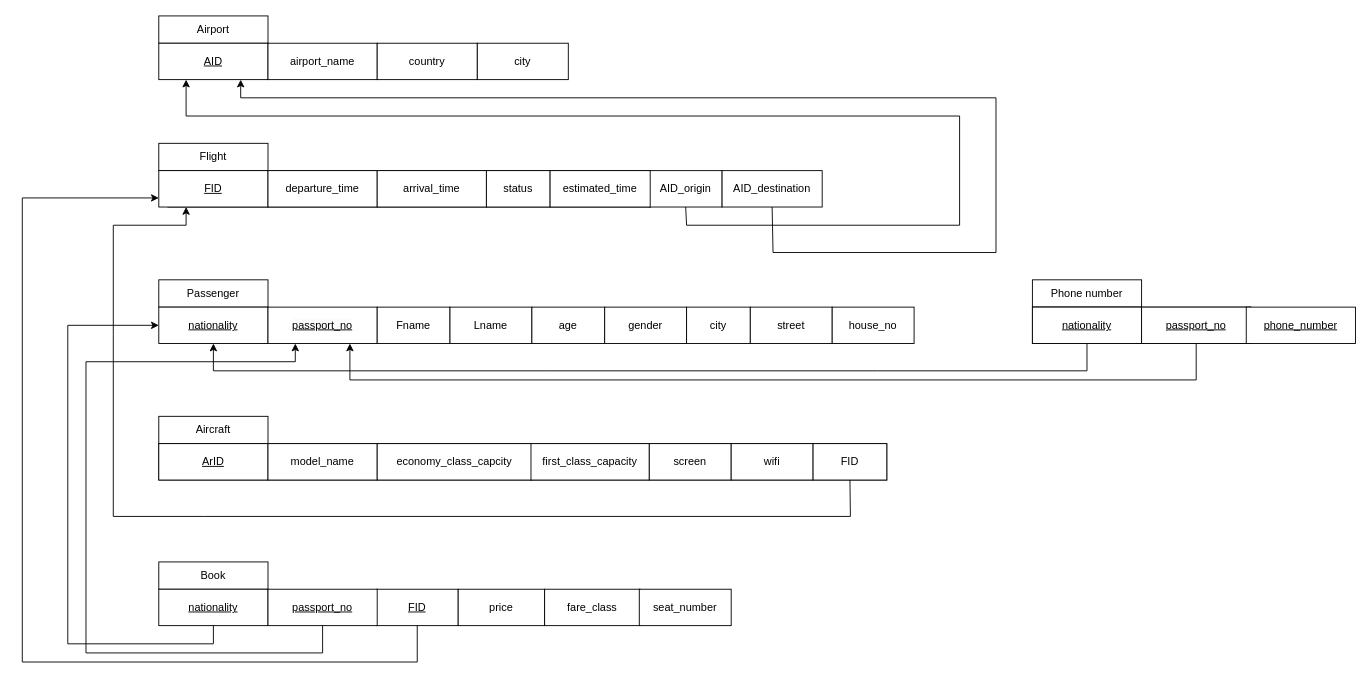
Earlier version of the draw.io diagram page "Relational-shcema" (2 of 8) of Airport-DBMS.drawio (AbdullahKhkmba/Airport-DBMS). Source tidied: cells renumbered, new cells numbered last; positions are measured from the earlier drawing's top-left corner, leaving out a move shared by most shapes. Both pictures are drawn from the tidied source at 91%, with x=0, y=0 at pixel (22, 15).
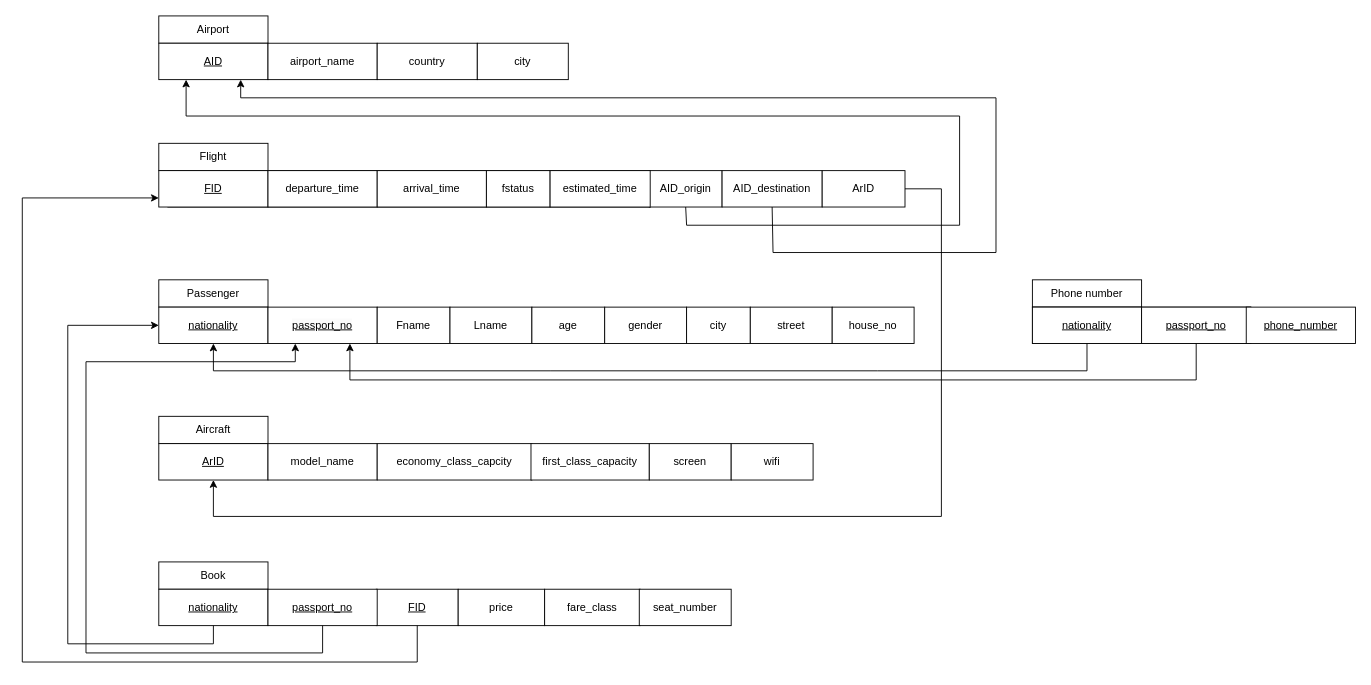
Above is the later version.

Unchanged cells that the change refers to:
```xml
<mxCell id="11" value="&lt;u&gt;FID&lt;/u&gt;" style="rounded=0;whiteSpace=wrap;html=1;" parent="1" vertex="1">
  <mxGeometry x="150" y="170" width="120" height="40" as="geometry" />
</mxCell>
<mxCell id="27" value="&lt;u&gt;ArID&lt;/u&gt;" style="rounded=0;whiteSpace=wrap;html=1;" parent="1" vertex="1">
  <mxGeometry x="150" y="470" width="120" height="40" as="geometry" />
</mxCell>
```

What changed in the source:
```diff
@@
-    <mxCell id="14" value="status" style="rounded=0;whiteSpace=wrap;html=1;" parent="1" vertex="1">
+    <mxCell id="14" value="fstatus" style="rounded=0;whiteSpace=wrap;html=1;" parent="1" vertex="1">
       <mxGeometry x="510" y="170" width="70" height="40" as="geometry" />
     </mxCell>
@@
-    <mxCell id="25" style="rounded=0;whiteSpace=wrap;html=1;" parent="1" vertex="1">
-      <mxGeometry x="150" y="470" width="800" height="40" as="geometry" />
-    </mxCell>
-    <mxCell id="26" style="edgeStyle=orthogonalEdgeStyle;rounded=0;orthogonalLoop=1;jettySize=auto;html=1;exitX=0.5;exitY=1;exitDx=0;exitDy=0;" parent="1" edge="1" source="25" target="25">
-      <mxGeometry relative="1" as="geometry" />
+    <mxCell id="26" style="edgeStyle=orthogonalEdgeStyle;rounded=0;orthogonalLoop=1;jettySize=auto;html=1;exitX=0.5;exitY=1;exitDx=0;exitDy=0;" parent="1" edge="1">
+      <mxGeometry relative="1" as="geometry">
+        <mxPoint x="550" y="510" as="sourcePoint" />
+        <mxPoint x="550" y="510" as="targetPoint" />
+      </mxGeometry>
     </mxCell>
@@
-    <mxCell id="38" value="FID" style="rounded=0;whiteSpace=wrap;html=1;" parent="1" vertex="1">
-      <mxGeometry x="869" y="470" width="81" height="40" as="geometry" />
-    </mxCell>
-    <mxCell id="39" style="endArrow=classic;html=1;rounded=0;exitX=0.5;exitY=1;exitDx=0;exitDy=0;entryX=0.25;entryY=1;entryDx=0;entryDy=0;" parent="1" edge="1" source="38" target="11">
-      <mxGeometry relative="1" as="geometry">
-        <Array as="points">
-          <mxPoint x="910" y="550" />
-          <mxPoint x="200" y="550" />
-          <mxPoint x="100" y="550" />
-          <mxPoint x="100" y="350" />
-          <mxPoint x="100" y="230" />
-          <mxPoint x="180" y="230" />
-        </Array>
-      </mxGeometry>
-    </mxCell>
@@
+    <mxCell id="62" value="ArID" style="rounded=0;whiteSpace=wrap;html=1;" parent="1" vertex="1">
+      <mxGeometry x="879" y="170" width="91" height="40" as="geometry" />
+    </mxCell>
+    <mxCell id="63" style="endArrow=classic;html=1;rounded=0;exitX=1;exitY=0.5;exitDx=0;exitDy=0;entryX=0.5;entryY=1;entryDx=0;entryDy=0;" parent="1" edge="1" source="62" target="27">
+      <mxGeometry relative="1" as="geometry">
+        <Array as="points">
+          <mxPoint x="1010" y="190" />
+          <mxPoint x="1010" y="550" />
+          <mxPoint x="210" y="550" />
+        </Array>
+      </mxGeometry>
+    </mxCell>
```
